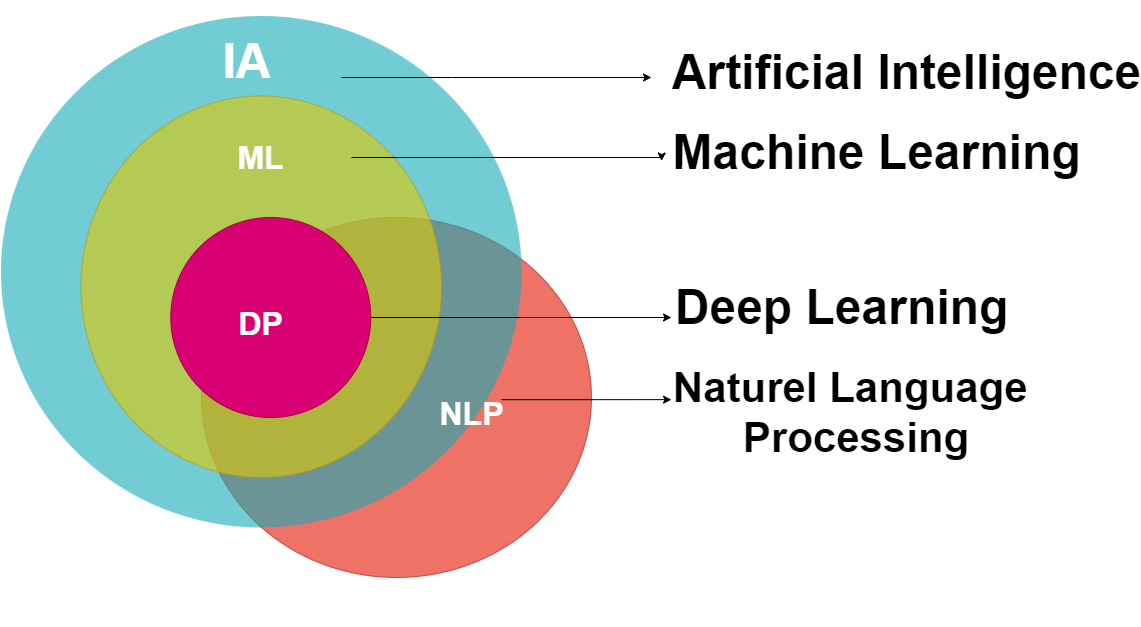
The draw.io diagram IA.drawio.png in WISSAL-MN/fake-news-detection, before a commit. Source tidied: cells renumbered, new cells last; positions are measured from the earlier drawing's top-left corner, leaving out a move shared by most shapes. Its diagram source:
```xml
<mxGraphModel>
  <root>
    <mxCell id="0" />
    <mxCell id="1" parent="0" />
    <mxCell id="2" style="ellipse;fillColor=#e51400;opacity=60;strokeColor=#B20000;html=1;fontColor=#ffffff;" parent="1" vertex="1">
      <mxGeometry x="200" y="202" width="390" height="360" as="geometry" />
    </mxCell>
    <mxCell id="3" style="ellipse;fillColor=#12AAB5;opacity=60;strokeColor=none;html=1;fontColor=#FFFFFF;" parent="1" vertex="1">
      <mxGeometry x="-0.5" y="0.5" width="520.5" height="511.5" as="geometry" />
    </mxCell>
    <mxCell id="4" style="ellipse;fillColor=#e3c800;opacity=60;strokeColor=#B09500;html=1;fontColor=#000000;" parent="1" vertex="1">
      <mxGeometry x="79.5" y="80.5" width="360.5" height="381.5" as="geometry" />
    </mxCell>
    <mxCell id="5" style="edgeStyle=orthogonalEdgeStyle;rounded=0;jettySize=auto;html=1;fontFamily=Helvetica;fontSize=42;fontColor=#000000;" parent="1" edge="1" source="6">
      <mxGeometry relative="1" as="geometry">
        <mxPoint x="650" y="62" as="targetPoint" />
        <Array as="points">
          <mxPoint x="450" y="62" />
          <mxPoint x="450" y="62" />
        </Array>
      </mxGeometry>
    </mxCell>
    <mxCell id="6" value="&lt;h1&gt;IA&lt;/h1&gt;" style="text;fontSize=24;align=center;verticalAlign=middle;html=1;fontColor=#FFFFFF;" parent="1" vertex="1">
      <mxGeometry x="150" y="10.5" width="190" height="70" as="geometry" />
    </mxCell>
    <mxCell id="7" value="Revolution" style="text;fontSize=24;align=center;verticalAlign=middle;html=1;fontColor=#FFFFFF;" parent="1" vertex="1">
      <mxGeometry x="519.5" y="210.5" width="190" height="70" as="geometry" />
    </mxCell>
    <mxCell id="8" value="Tradition" style="text;fontSize=24;align=center;verticalAlign=middle;html=1;fontColor=#FFFFFF;" parent="1" vertex="1">
      <mxGeometry x="319.5" y="540.5" width="190" height="70" as="geometry" />
    </mxCell>
    <mxCell id="9" style="edgeStyle=orthogonalEdgeStyle;rounded=0;jettySize=auto;html=1;fontFamily=Helvetica;fontSize=42;fontColor=#000000;" parent="1" edge="1" source="10">
      <mxGeometry relative="1" as="geometry">
        <mxPoint x="670" y="384.1" as="targetPoint" />
      </mxGeometry>
    </mxCell>
    <mxCell id="10" value="&lt;h1&gt;&lt;b&gt;NLP&lt;/b&gt;&lt;/h1&gt;" style="text;align=center;html=1;fontColor=#FFFFFF;fontSize=16;" parent="1" vertex="1">
      <mxGeometry x="440" y="352" width="60" height="64.2" as="geometry" />
    </mxCell>
    <mxCell id="11" style="edgeStyle=orthogonalEdgeStyle;rounded=0;orthogonalLoop=1;jettySize=auto;html=1;fontFamily=Helvetica;fontSize=42;fontColor=#000000;" parent="1" edge="1">
      <mxGeometry relative="1" as="geometry">
        <mxPoint x="350" y="142" as="sourcePoint" />
        <mxPoint x="660" y="145.5" as="targetPoint" />
        <Array as="points">
          <mxPoint x="660" y="142" />
        </Array>
      </mxGeometry>
    </mxCell>
    <mxCell id="12" value="&lt;h1&gt;ML&lt;/h1&gt;" style="text;align=center;html=1;fontColor=#FFFFFF;fontSize=16;rotation=0;" parent="1" vertex="1">
      <mxGeometry x="238.8" y="95.5" width="40" height="100" as="geometry" />
    </mxCell>
    <mxCell id="13" style="edgeStyle=orthogonalEdgeStyle;rounded=0;jettySize=auto;html=1;exitX=1;exitY=0.5;exitDx=0;exitDy=0;fontFamily=Helvetica;fontSize=42;fontColor=#000000;" parent="1" edge="1" source="14">
      <mxGeometry relative="1" as="geometry">
        <mxPoint x="670" y="302" as="targetPoint" />
      </mxGeometry>
    </mxCell>
    <mxCell id="14" style="ellipse;whiteSpace=wrap;html=1;fillColor=#d80073;strokeColor=#A50040;fontColor=#ffffff;" parent="1" vertex="1">
      <mxGeometry x="169.2" y="202" width="200" height="200" as="geometry" />
    </mxCell>
    <mxCell id="15" value="&lt;h1&gt;DP&lt;/h1&gt;" style="text;align=center;html=1;fontColor=#FFFFFF;fontSize=16;" parent="1" vertex="1">
      <mxGeometry x="238.8" y="262" width="40" height="40" as="geometry" />
    </mxCell>
    <mxCell id="16" value="&lt;h1&gt;Artificial Intelligence&lt;/h1&gt;" style="text;fontSize=24;align=center;verticalAlign=middle;html=1;fontColor=#000000;" parent="1" vertex="1">
      <mxGeometry x="810" y="22" width="190" height="70" as="geometry" />
    </mxCell>
    <mxCell id="17" value="&lt;h1&gt;Machine Learning&lt;/h1&gt;" style="text;fontSize=24;align=center;verticalAlign=middle;html=1;fontColor=#000000;" parent="1" vertex="1">
      <mxGeometry x="780" y="102" width="190" height="70" as="geometry" />
    </mxCell>
    <mxCell id="18" value="&lt;h1&gt;Deep Learning&lt;/h1&gt;" style="text;fontSize=24;align=center;verticalAlign=middle;html=1;fontColor=#000000;" parent="1" vertex="1">
      <mxGeometry x="650" y="252" width="380" height="80" as="geometry" />
    </mxCell>
    <mxCell id="19" value="Naturel Language &#10;Processing" style="text;fontSize=42;align=center;verticalAlign=middle;fontColor=#000000;fontStyle=1;" parent="1" vertex="1">
      <mxGeometry x="670" y="332" width="370" height="120" as="geometry" />
    </mxCell>
  </root>
</mxGraphModel>
```
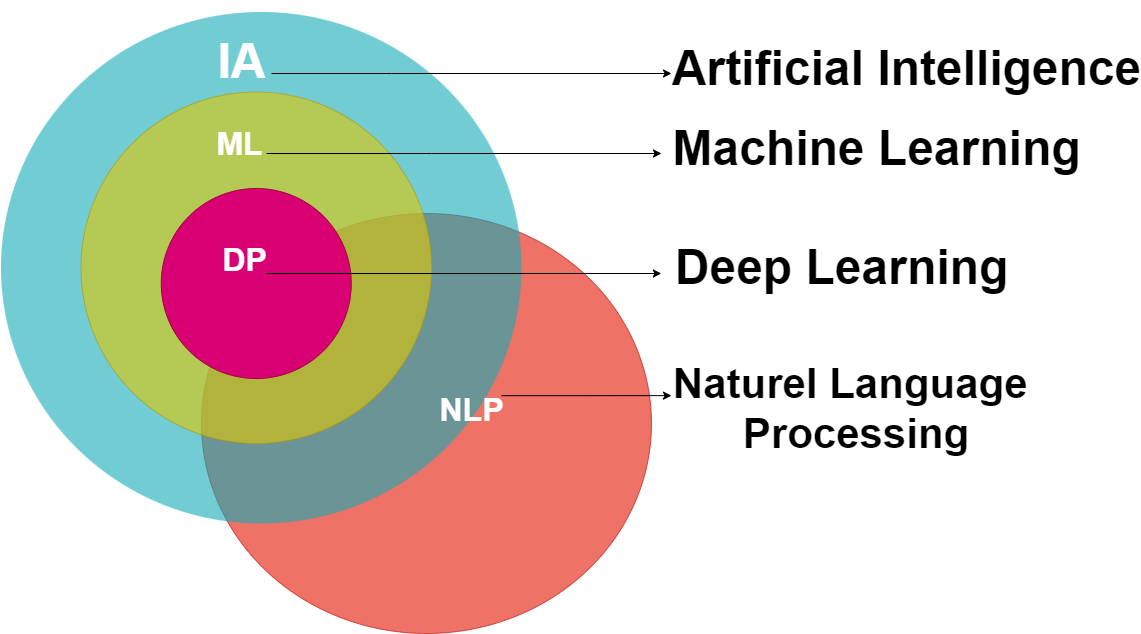
After the change.

The edit, as a diff of the source:
```diff
@@ -3,32 +3,27 @@
     <mxCell id="0" />
     <mxCell id="1" parent="0" />
     <mxCell id="2" style="ellipse;fillColor=#e51400;opacity=60;strokeColor=#B20000;html=1;fontColor=#ffffff;" parent="1" vertex="1">
-      <mxGeometry x="200" y="202" width="390" height="360" as="geometry" />
+      <mxGeometry x="200" y="202" width="450" height="420" as="geometry" />
     </mxCell>
     <mxCell id="3" style="ellipse;fillColor=#12AAB5;opacity=60;strokeColor=none;html=1;fontColor=#FFFFFF;" parent="1" vertex="1">
       <mxGeometry x="-0.5" y="0.5" width="520.5" height="511.5" as="geometry" />
     </mxCell>
     <mxCell id="4" style="ellipse;fillColor=#e3c800;opacity=60;strokeColor=#B09500;html=1;fontColor=#000000;" parent="1" vertex="1">
-      <mxGeometry x="79.5" y="80.5" width="360.5" height="381.5" as="geometry" />
+      <mxGeometry x="79.5" y="80.5" width="350.5" height="351.5" as="geometry" />
     </mxCell>
-    <mxCell id="5" style="edgeStyle=orthogonalEdgeStyle;rounded=0;jettySize=auto;html=1;fontFamily=Helvetica;fontSize=42;fontColor=#000000;" parent="1" edge="1" source="6">
+    <mxCell id="5" style="edgeStyle=orthogonalEdgeStyle;rounded=0;orthogonalLoop=1;jettySize=auto;html=1;fontFamily=Helvetica;fontSize=42;fontColor=#000000;" parent="1" edge="1">
       <mxGeometry relative="1" as="geometry">
-        <mxPoint x="650" y="62" as="targetPoint" />
+        <mxPoint x="270" y="62" as="sourcePoint" />
+        <mxPoint x="670" y="62" as="targetPoint" />
         <Array as="points">
-          <mxPoint x="450" y="62" />
-          <mxPoint x="450" y="62" />
+          <mxPoint x="390" y="62" />
+          <mxPoint x="390" y="62" />
         </Array>
       </mxGeometry>
     </mxCell>
     <mxCell id="6" value="&lt;h1&gt;IA&lt;/h1&gt;" style="text;fontSize=24;align=center;verticalAlign=middle;html=1;fontColor=#FFFFFF;" parent="1" vertex="1">
-      <mxGeometry x="150" y="10.5" width="190" height="70" as="geometry" />
+      <mxGeometry x="200" y="19" width="80" height="61.5" as="geometry" />
     </mxCell>
-    <mxCell id="7" value="Revolution" style="text;fontSize=24;align=center;verticalAlign=middle;html=1;fontColor=#FFFFFF;" parent="1" vertex="1">
-      <mxGeometry x="519.5" y="210.5" width="190" height="70" as="geometry" />
-    </mxCell>
-    <mxCell id="8" value="Tradition" style="text;fontSize=24;align=center;verticalAlign=middle;html=1;fontColor=#FFFFFF;" parent="1" vertex="1">
-      <mxGeometry x="319.5" y="540.5" width="190" height="70" as="geometry" />
-    </mxCell>
     <mxCell id="9" style="edgeStyle=orthogonalEdgeStyle;rounded=0;jettySize=auto;html=1;fontFamily=Helvetica;fontSize=42;fontColor=#000000;" parent="1" edge="1" source="10">
       <mxGeometry relative="1" as="geometry">
         <mxPoint x="670" y="384.1" as="targetPoint" />
@@ -37,28 +32,30 @@
     <mxCell id="10" value="&lt;h1&gt;&lt;b&gt;NLP&lt;/b&gt;&lt;/h1&gt;" style="text;align=center;html=1;fontColor=#FFFFFF;fontSize=16;" parent="1" vertex="1">
       <mxGeometry x="440" y="352" width="60" height="64.2" as="geometry" />
     </mxCell>
-    <mxCell id="11" style="edgeStyle=orthogonalEdgeStyle;rounded=0;orthogonalLoop=1;jettySize=auto;html=1;fontFamily=Helvetica;fontSize=42;fontColor=#000000;" parent="1" edge="1">
-      <mxGeometry relative="1" as="geometry">
-        <mxPoint x="350" y="142" as="sourcePoint" />
-        <mxPoint x="660" y="145.5" as="targetPoint" />
-        <Array as="points">
-          <mxPoint x="660" y="142" />
-        </Array>
-      </mxGeometry>
-    </mxCell>
+    <mxCell id="20" style="edgeStyle=orthogonalEdgeStyle;rounded=0;jettySize=auto;html=1;fontFamily=Helvetica;fontSize=42;fontColor=#000000;" parent="1" edge="1" source="12">
+      <mxGeometry relative="1" as="geometry">
+        <mxPoint x="660" y="142" as="targetPoint" />
+        <Array as="points">
+          <mxPoint x="430" y="142" />
+          <mxPoint x="430" y="142" />
+        </Array>
+      </mxGeometry>
+    </mxCell>
     <mxCell id="12" value="&lt;h1&gt;ML&lt;/h1&gt;" style="text;align=center;html=1;fontColor=#FFFFFF;fontSize=16;rotation=0;" parent="1" vertex="1">
-      <mxGeometry x="238.8" y="95.5" width="40" height="100" as="geometry" />
+      <mxGeometry x="210" y="86" width="55" height="100" as="geometry" />
     </mxCell>
-    <mxCell id="13" style="edgeStyle=orthogonalEdgeStyle;rounded=0;jettySize=auto;html=1;exitX=1;exitY=0.5;exitDx=0;exitDy=0;fontFamily=Helvetica;fontSize=42;fontColor=#000000;" parent="1" edge="1" source="14">
-      <mxGeometry relative="1" as="geometry">
-        <mxPoint x="670" y="302" as="targetPoint" />
-      </mxGeometry>
-    </mxCell>
     <mxCell id="14" style="ellipse;whiteSpace=wrap;html=1;fillColor=#d80073;strokeColor=#A50040;fontColor=#ffffff;" parent="1" vertex="1">
-      <mxGeometry x="169.2" y="202" width="200" height="200" as="geometry" />
+      <mxGeometry x="159.8" y="177" width="190" height="190" as="geometry" />
     </mxCell>
+    <mxCell id="21" style="edgeStyle=orthogonalEdgeStyle;rounded=0;jettySize=auto;html=1;entryX=0.026;entryY=0.572;entryDx=0;entryDy=0;entryPerimeter=0;fontFamily=Helvetica;fontSize=42;fontColor=#000000;" parent="1" edge="1" source="15" target="18">
+      <mxGeometry relative="1" as="geometry">
+        <Array as="points">
+          <mxPoint x="255" y="262" />
+        </Array>
+      </mxGeometry>
+    </mxCell>
     <mxCell id="15" value="&lt;h1&gt;DP&lt;/h1&gt;" style="text;align=center;html=1;fontColor=#FFFFFF;fontSize=16;" parent="1" vertex="1">
-      <mxGeometry x="238.8" y="262" width="40" height="40" as="geometry" />
+      <mxGeometry x="220" y="202" width="45" height="80" as="geometry" />
     </mxCell>
     <mxCell id="16" value="&lt;h1&gt;Artificial Intelligence&lt;/h1&gt;" style="text;fontSize=24;align=center;verticalAlign=middle;html=1;fontColor=#000000;" parent="1" vertex="1">
       <mxGeometry x="810" y="22" width="190" height="70" as="geometry" />
@@ -67,10 +64,13 @@
       <mxGeometry x="780" y="102" width="190" height="70" as="geometry" />
     </mxCell>
     <mxCell id="18" value="&lt;h1&gt;Deep Learning&lt;/h1&gt;" style="text;fontSize=24;align=center;verticalAlign=middle;html=1;fontColor=#000000;" parent="1" vertex="1">
-      <mxGeometry x="650" y="252" width="380" height="80" as="geometry" />
+      <mxGeometry x="650" y="216.2" width="380" height="80" as="geometry" />
     </mxCell>
     <mxCell id="19" value="Naturel Language &#10;Processing" style="text;fontSize=42;align=center;verticalAlign=middle;fontColor=#000000;fontStyle=1;" parent="1" vertex="1">
       <mxGeometry x="670" y="332" width="370" height="120" as="geometry" />
     </mxCell>
+    <mxCell id="22" style="edgeStyle=orthogonalEdgeStyle;rounded=0;orthogonalLoop=1;jettySize=auto;html=1;exitX=0.5;exitY=1;exitDx=0;exitDy=0;fontFamily=Helvetica;fontSize=42;fontColor=#000000;" parent="1" edge="1" source="15" target="15">
+      <mxGeometry relative="1" as="geometry" />
+    </mxCell>
   </root>
 </mxGraphModel>
```
